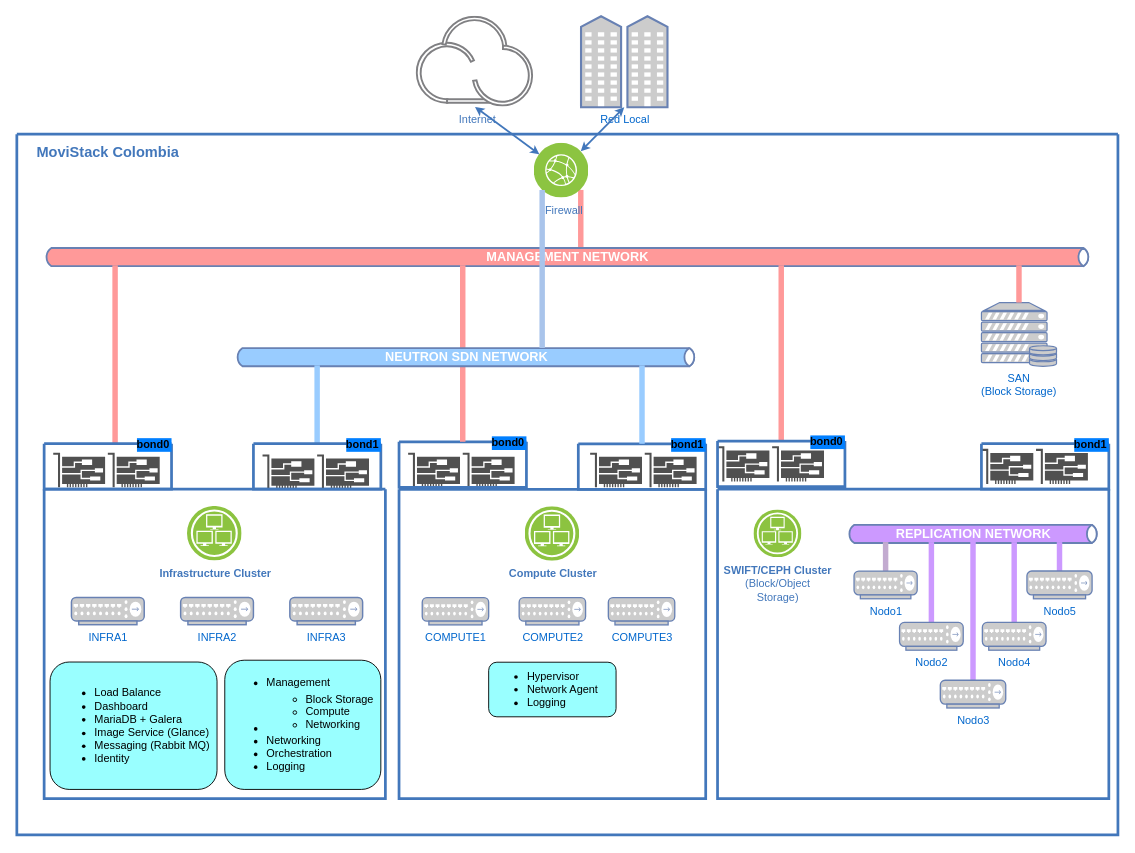
Before: MOVISTACK-OpenStack.drawio in Celera/postfix, a draw.io diagram. Source tidied: cells renumbered, new cells numbered last; positions are measured from the earlier drawing's top-left corner, leaving out a move shared by most shapes. Both pictures are drawn from the tidied source at 91%, with x=0, y=0 at pixel (16, 15).
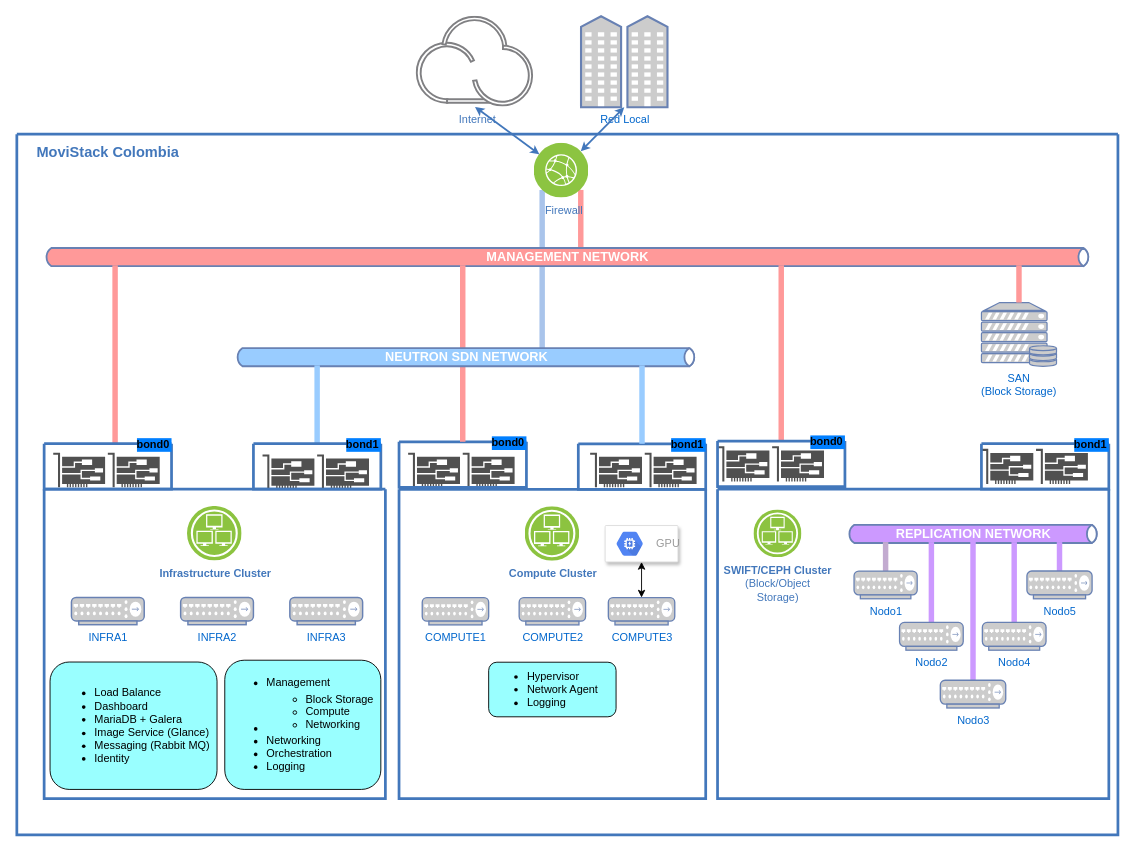
Above is the later version.

Unchanged cells that the change refers to:
```xml
<mxCell id="2" value="d" style="swimlane;shadow=0;strokeColor=#4277BB;fillColor=#ffffff;fontColor=none;align=right;startSize=0;noLabel=1;strokeWidth=3;" parent="1" vertex="1">
  <mxGeometry y="130" width="1210" height="770" as="geometry" />
</mxCell>
<mxCell id="21" value="COMPUTE3" style="fontColor=#0066CC;verticalAlign=top;verticalLabelPosition=bottom;labelPosition=center;align=center;html=1;outlineConnect=0;fillColor=#CCCCCC;strokeColor=#6881B3;gradientColor=none;gradientDirection=north;strokeWidth=2;shape=mxgraph.networks.hub;" parent="18" vertex="1">
  <mxGeometry x="230" y="119" width="73" height="30" as="geometry" />
</mxCell>
<mxCell id="37" value="&lt;b&gt;&lt;font style=&quot;font-size: 14px&quot;&gt;NEUTRON SDN NETWORK&lt;/font&gt;&lt;/b&gt;" style="html=1;fillColor=#99CCFF;strokeColor=#6881B3;gradientColor=none;gradientDirection=north;strokeWidth=2;shape=mxgraph.networks.bus;gradientColor=none;gradientDirection=north;fontColor=#ffffff;perimeter=backbonePerimeter;backboneSize=20;" parent="2" vertex="1">
  <mxGeometry x="240" y="235" width="507" height="20" as="geometry" />
</mxCell>
<mxCell id="66" value="Firewall" style="perimeter=ellipsePerimeter;html=1;align=center;shadow=0;image;image=img/lib/ibm/infrastructure/edge_services.svg;labelBackgroundColor=none;strokeColor=none;strokeWidth=2;fillColor=#808080;gradientColor=none;fontSize=12;fontColor=#4277BB;rounded=0;verticalAlign=top;spacingLeft=5;" parent="2" vertex="1">
  <mxGeometry x="568.5" y="10" width="60" height="60" as="geometry" />
</mxCell>
```

The edit, as a diff of the source:
```diff
@@
+    <mxCell id="67" style="strokeColor=#A9C4EB;edgeStyle=none;rounded=0;endArrow=none;html=1;strokeWidth=6;exitX=0;exitY=1;exitDx=0;exitDy=0;" parent="2" edge="1" source="66" target="37">
+      <mxGeometry relative="1" as="geometry" />
+    </mxCell>
@@
-    <mxCell id="67" style="strokeColor=#A9C4EB;edgeStyle=none;rounded=0;endArrow=none;html=1;strokeWidth=6;exitX=0;exitY=1;exitDx=0;exitDy=0;" parent="2" edge="1" source="66" target="37">
-      <mxGeometry relative="1" as="geometry" />
-    </mxCell>
@@
+    <mxCell id="72" style="strokeColor=#dddddd;shadow=1;strokeWidth=1;rounded=1;absoluteArcSize=1;arcSize=2;" parent="1" vertex="1">
+      <mxGeometry x="646.5" y="560" width="80" height="40" as="geometry" />
+    </mxCell>
+    <mxCell id="73" value="GPU" style="dashed=0;html=1;fillColor=#5184F3;strokeColor=none;shape=mxgraph.gcp2.hexIcon;prIcon=gpu;labelPosition=right;verticalLabelPosition=middle;align=left;verticalAlign=middle;spacingLeft=5;fontColor=#999999;fontSize=12;" parent="72" vertex="1">
+      <mxGeometry y="0.5" width="44" height="39" relative="1" as="geometry">
+        <mxPoint x="5" y="-19.5" as="offset" />
+      </mxGeometry>
+    </mxCell>
+    <mxCell id="74" style="endArrow=classic;startArrow=classic;html=1;entryX=0.5;entryY=1;entryDx=0;entryDy=0;exitX=0.5;exitY=0;exitDx=0;exitDy=0;exitPerimeter=0;" parent="1" edge="1" source="21" target="72">
+      <mxGeometry relative="1" as="geometry" />
+    </mxCell>
```
